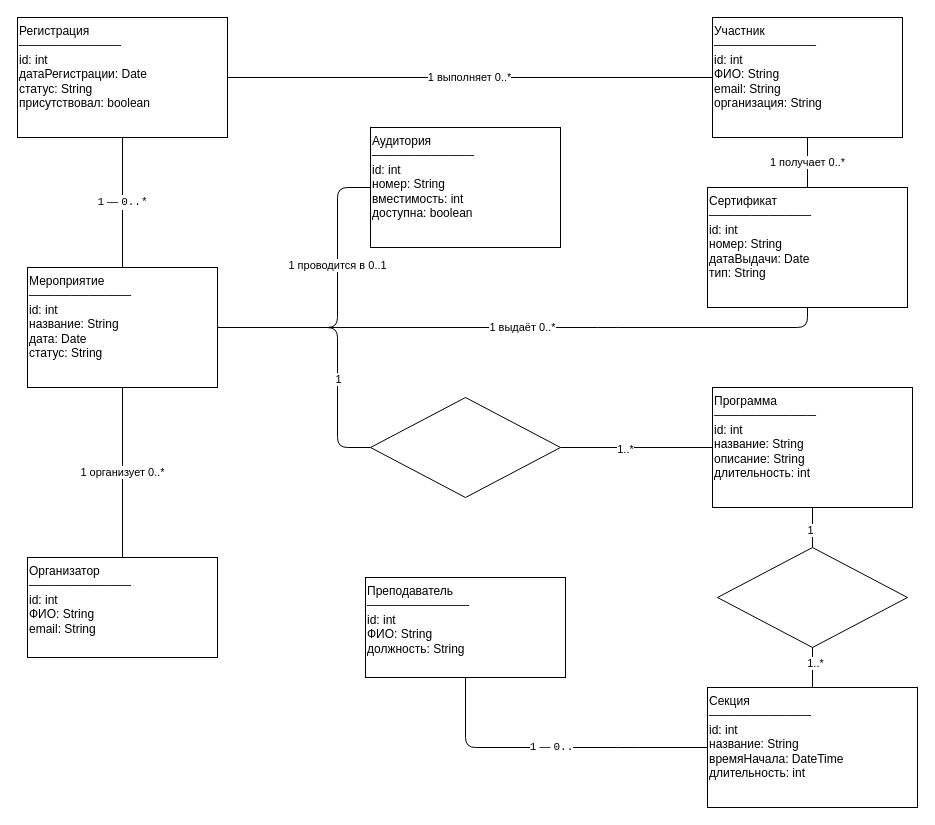
The draw.io diagram page "Class" (2 of 6) of SystemManagementEvents/docs/architecture/Diagrams.drawio in Kart0fanych/SystemManagementEvents, before the edit. Source tidied: cells renumbered, new cells numbered last; positions are measured from the earlier drawing's top-left corner, leaving out a move shared by most shapes. Both pictures are drawn from the tidied source at 100%, with x=0, y=0 at pixel (17, 17).
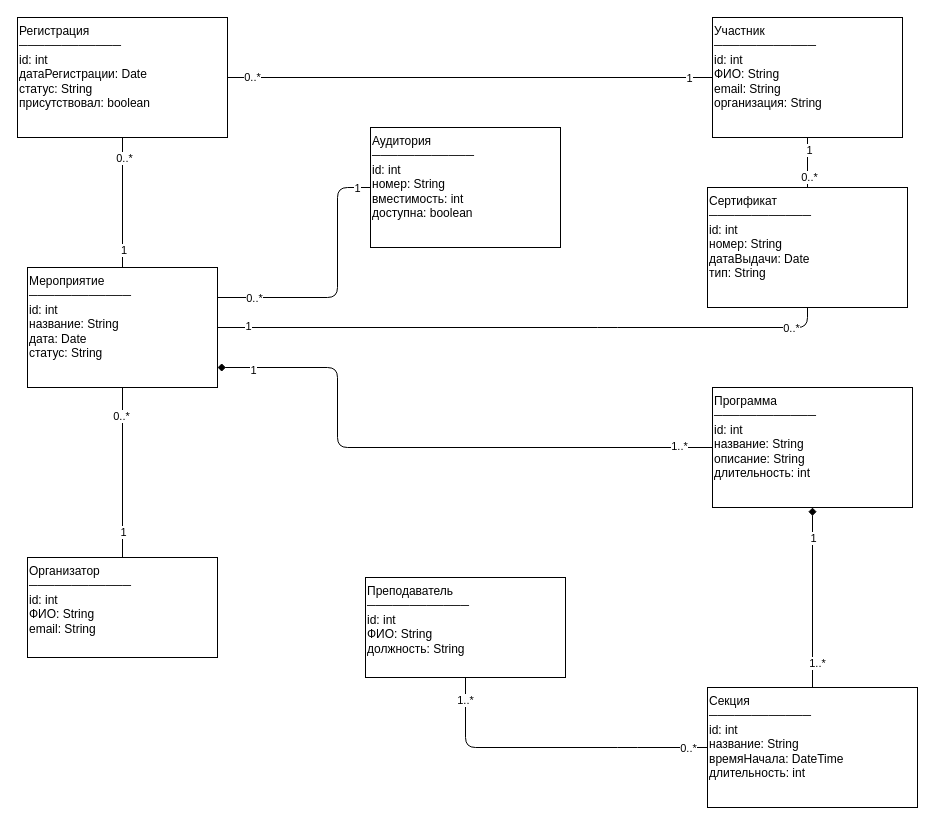
After the change.

Unchanged cells that the change refers to:
```xml
<mxCell id="4" value="Мероприятие&#10;────────────&#10;id: int&#10;название: String&#10;дата: Date&#10;статус: String" style="rounded=0;whiteSpace=wrap;html=1;align=left;verticalAlign=top;" parent="1" vertex="1">
  <mxGeometry x="10" y="250" width="190" height="120" as="geometry" />
</mxCell>
<mxCell id="5" value="Участник&#10;────────────&#10;id: int&#10;ФИО: String&#10;email: String&#10;организация: String" style="rounded=0;whiteSpace=wrap;html=1;align=left;verticalAlign=top;" parent="1" vertex="1">
  <mxGeometry x="695" width="190" height="120" as="geometry" />
</mxCell>
<mxCell id="6" value="Организатор&#10;────────────&#10;id: int&#10;ФИО: String&#10;email: String" style="rounded=0;whiteSpace=wrap;html=1;align=left;verticalAlign=top;" parent="1" vertex="1">
  <mxGeometry x="10" y="540" width="190" height="100" as="geometry" />
</mxCell>
<mxCell id="7" value="Преподаватель&#10;────────────&#10;id: int&#10;ФИО: String&#10;должность: String" style="rounded=0;whiteSpace=wrap;html=1;align=left;verticalAlign=top;" parent="1" vertex="1">
  <mxGeometry x="348" y="560" width="200" height="100" as="geometry" />
</mxCell>
<mxCell id="8" value="Аудитория&#10;────────────&#10;id: int&#10;номер: String&#10;вместимость: int&#10;доступна: boolean" style="rounded=0;whiteSpace=wrap;html=1;align=left;verticalAlign=top;" parent="1" vertex="1">
  <mxGeometry x="353" y="110" width="190" height="120" as="geometry" />
</mxCell>
<mxCell id="9" value="Регистрация&#10;────────────&#10;id: int&#10;датаРегистрации: Date&#10;статус: String&#10;присутствовал: boolean" style="rounded=0;whiteSpace=wrap;html=1;align=left;verticalAlign=top;" parent="1" vertex="1">
  <mxGeometry width="210" height="120" as="geometry" />
</mxCell>
<mxCell id="12" value="Программа&#10;────────────&#10;id: int&#10;название: String&#10;описание: String&#10;длительность: int" style="rounded=0;whiteSpace=wrap;html=1;align=left;verticalAlign=top;" parent="1" vertex="1">
  <mxGeometry x="695" y="370" width="200" height="120" as="geometry" />
</mxCell>
<mxCell id="13" value="Секция&#10;────────────&#10;id: int&#10;название: String&#10;времяНачала: DateTime&#10;длительность: int" style="rounded=0;whiteSpace=wrap;html=1;align=left;verticalAlign=top;" parent="1" vertex="1">
  <mxGeometry x="690" y="670" width="210" height="120" as="geometry" />
</mxCell>
<mxCell id="14" value="Сертификат&#10;────────────&#10;id: int&#10;номер: String&#10;датаВыдачи: Date&#10;тип: String" style="rounded=0;whiteSpace=wrap;html=1;align=left;verticalAlign=top;" parent="1" vertex="1">
  <mxGeometry x="690" y="170" width="200" height="120" as="geometry" />
</mxCell>
```

What changed in the source:
```diff
@@
-    <mxCell id="2" style="edgeStyle=orthogonalEdgeStyle;rounded=1;jettySize=auto;html=1;entryX=0;entryY=0.5;entryDx=0;entryDy=0;curved=0;endArrow=none;endFill=0;" parent="1" edge="1" source="4" target="24">
-      <mxGeometry relative="1" as="geometry">
-        <Array as="points">
-          <mxPoint x="320" y="310" />
-          <mxPoint x="320" y="430" />
-        </Array>
-      </mxGeometry>
-    </mxCell>
-    <mxCell id="3" value="1" style="edgeLabel;html=1;align=center;verticalAlign=middle;" parent="2" vertex="1">
-      <mxGeometry x="0.25" relative="1" as="geometry" />
-    </mxCell>
+    <mxCell id="28" style="rounded=1;jettySize=auto;html=1;entryX=0;entryY=0.5;entryDx=0;entryDy=0;edgeStyle=orthogonalEdgeStyle;endArrow=none;endFill=0;startArrow=diamond;startFill=1;" parent="1" edge="1" source="4" target="12">
+      <mxGeometry x="-0.04" relative="1" as="geometry">
+        <Array as="points">
+          <mxPoint x="320" y="350" />
+          <mxPoint x="320" y="430" />
+        </Array>
+      </mxGeometry>
+    </mxCell>
+    <mxCell id="29" value="1..*" style="edgeLabel;html=1;align=center;verticalAlign=middle;" parent="28" vertex="1">
+      <mxGeometry x="0.88" y="2" relative="1" as="geometry" />
+    </mxCell>
+    <mxCell id="30" value="1" style="edgeLabel;html=1;align=center;verticalAlign=middle;" parent="28" vertex="1">
+      <mxGeometry x="-0.88" y="-2" relative="1" as="geometry" />
+    </mxCell>
@@
-    <mxCell id="10" style="edgeStyle=orthogonalEdgeStyle;rounded=1;jettySize=auto;html=1;entryX=0.5;entryY=0;entryDx=0;entryDy=0;endArrow=none;endFill=0;curved=0;" parent="1" edge="1" source="12" target="27">
-      <mxGeometry relative="1" as="geometry" />
-    </mxCell>
-    <mxCell id="11" value="1" style="edgeLabel;html=1;align=center;verticalAlign=middle;" parent="10" vertex="1">
-      <mxGeometry x="0.09" y="-3" relative="1" as="geometry" />
-    </mxCell>
+    <mxCell id="31" style="edgeStyle=orthogonalEdgeStyle;rounded=0;jettySize=auto;html=1;entryX=0.5;entryY=0;entryDx=0;entryDy=0;endArrow=none;endFill=0;startArrow=diamond;startFill=1;" parent="1" edge="1" source="12" target="13">
+      <mxGeometry relative="1" as="geometry" />
+    </mxCell>
+    <mxCell id="32" value="1..*" style="edgeLabel;html=1;align=center;verticalAlign=middle;" parent="31" vertex="1">
+      <mxGeometry x="0.72" y="4" relative="1" as="geometry" />
+    </mxCell>
+    <mxCell id="33" value="1" style="edgeLabel;html=1;align=center;verticalAlign=middle;" parent="31" vertex="1">
+      <mxGeometry x="-0.79" y="1" relative="1" as="geometry">
+        <mxPoint x="-1" y="11" as="offset" />
+      </mxGeometry>
+    </mxCell>
@@
-    <mxCell id="15" value="1 организует 0..*" style="edgeStyle=orthogonalEdgeStyle;html=1;endArrow=none;" parent="1" edge="1" source="6" target="4">
+    <mxCell id="15" style="edgeStyle=orthogonalEdgeStyle;html=1;endArrow=none;" parent="1" edge="1" source="6" target="4">
       <mxGeometry relative="1" as="geometry" />
     </mxCell>
+    <mxCell id="34" value="1" style="edgeLabel;html=1;align=center;verticalAlign=middle;" parent="15" vertex="1">
+      <mxGeometry x="-0.69" relative="1" as="geometry" />
+    </mxCell>
+    <mxCell id="35" value="0..*" style="edgeLabel;html=1;align=center;verticalAlign=middle;" parent="15" vertex="1">
+      <mxGeometry x="0.67" y="2" relative="1" as="geometry" />
+    </mxCell>
-    <mxCell id="16" value="&lt;code&gt;1&lt;/code&gt; — &lt;code&gt;0..*&lt;/code&gt;" style="edgeStyle=orthogonalEdgeStyle;html=1;endArrow=none;" parent="1" edge="1" source="4" target="9">
+    <mxCell id="16" style="edgeStyle=orthogonalEdgeStyle;html=1;endArrow=none;" parent="1" edge="1" source="4" target="9">
       <mxGeometry relative="1" as="geometry" />
     </mxCell>
+    <mxCell id="36" value="0..*" style="edgeLabel;html=1;align=center;verticalAlign=middle;" parent="16" vertex="1">
+      <mxGeometry x="0.69" y="-1" relative="1" as="geometry" />
+    </mxCell>
+    <mxCell id="37" value="1&amp;nbsp;" style="edgeLabel;html=1;align=center;verticalAlign=middle;" parent="16" vertex="1">
+      <mxGeometry x="-0.72" y="-2" relative="1" as="geometry" />
+    </mxCell>
-    <mxCell id="17" value="1 выполняет 0..*" style="edgeStyle=orthogonalEdgeStyle;html=1;endArrow=none;" parent="1" edge="1" source="5" target="9">
+    <mxCell id="17" style="edgeStyle=orthogonalEdgeStyle;html=1;endArrow=none;" parent="1" edge="1" source="5" target="9">
       <mxGeometry relative="1" as="geometry" />
     </mxCell>
+    <mxCell id="38" value="1" style="edgeLabel;html=1;align=center;verticalAlign=middle;" parent="17" vertex="1">
+      <mxGeometry x="-0.9" relative="1" as="geometry" />
+    </mxCell>
+    <mxCell id="39" value="0..*" style="edgeLabel;html=1;align=center;verticalAlign=middle;" parent="17" vertex="1">
+      <mxGeometry x="0.9" y="-1" relative="1" as="geometry" />
+    </mxCell>
-    <mxCell id="18" value="1 проводится в 0..1" style="edgeStyle=orthogonalEdgeStyle;html=1;endArrow=none;" parent="1" edge="1" source="4" target="8">
-      <mxGeometry x="0.24" relative="1" as="geometry">
+    <mxCell id="18" style="edgeStyle=orthogonalEdgeStyle;html=1;endArrow=none;" parent="1" edge="1" source="4" target="8">
+      <mxGeometry x="0.16" relative="1" as="geometry">
         <Array as="points">
-          <mxPoint x="320" y="310" />
+          <mxPoint x="320" y="280" />
           <mxPoint x="320" y="170" />
         </Array>
       </mxGeometry>
     </mxCell>
+    <mxCell id="40" value="1" style="edgeLabel;html=1;align=center;verticalAlign=middle;" parent="18" vertex="1">
+      <mxGeometry x="0.89" relative="1" as="geometry" />
+    </mxCell>
+    <mxCell id="41" value="0..*" style="edgeLabel;html=1;align=center;verticalAlign=middle;" parent="18" vertex="1">
+      <mxGeometry x="-0.73" relative="1" as="geometry" />
+    </mxCell>
-    <mxCell id="19" value="&lt;code&gt;1&lt;/code&gt; — &lt;code&gt;0..&lt;/code&gt;" style="edgeStyle=orthogonalEdgeStyle;html=1;endArrow=none;" parent="1" edge="1" source="13" target="7">
+    <mxCell id="19" style="edgeStyle=orthogonalEdgeStyle;html=1;endArrow=none;" parent="1" edge="1" source="13" target="7">
       <mxGeometry relative="1" as="geometry">
         <Array as="points">
           <mxPoint x="610" y="730" />
           <mxPoint x="610" y="730" />
         </Array>
       </mxGeometry>
     </mxCell>
+    <mxCell id="42" value="0..*" style="edgeLabel;html=1;align=center;verticalAlign=middle;" parent="19" vertex="1">
+      <mxGeometry x="-0.87" relative="1" as="geometry" />
+    </mxCell>
+    <mxCell id="43" value="1..*" style="edgeLabel;html=1;align=center;verticalAlign=middle;" parent="19" vertex="1">
+      <mxGeometry x="0.86" y="1" relative="1" as="geometry" />
+    </mxCell>
-    <mxCell id="20" value="1 получает 0..*" style="edgeStyle=orthogonalEdgeStyle;html=1;endArrow=none;" parent="1" edge="1" source="5" target="14">
+    <mxCell id="20" style="edgeStyle=orthogonalEdgeStyle;html=1;endArrow=none;" parent="1" edge="1" source="5" target="14">
       <mxGeometry relative="1" as="geometry" />
     </mxCell>
+    <mxCell id="44" value="0..*" style="edgeLabel;html=1;align=center;verticalAlign=middle;" parent="20" vertex="1">
+      <mxGeometry x="0.56" y="1" relative="1" as="geometry" />
+    </mxCell>
+    <mxCell id="45" value="1" style="edgeLabel;html=1;align=center;verticalAlign=middle;" parent="20" vertex="1">
+      <mxGeometry x="-0.53" y="1" relative="1" as="geometry" />
+    </mxCell>
-    <mxCell id="21" value="1 выдаёт 0..*" style="edgeStyle=orthogonalEdgeStyle;html=1;endArrow=none;" parent="1" edge="1" source="4" target="14">
+    <mxCell id="21" style="edgeStyle=orthogonalEdgeStyle;html=1;endArrow=none;" parent="1" edge="1" source="4" target="14">
       <mxGeometry relative="1" as="geometry">
         <Array as="points">
           <mxPoint x="590" y="310" />
           <mxPoint x="590" y="310" />
         </Array>
       </mxGeometry>
     </mxCell>
-    <mxCell id="22" style="edgeStyle=orthogonalEdgeStyle;rounded=1;jettySize=auto;html=1;entryX=0;entryY=0.5;entryDx=0;entryDy=0;curved=0;endArrow=none;endFill=0;" parent="1" edge="1" source="24" target="12">
-      <mxGeometry relative="1" as="geometry" />
-    </mxCell>
-    <mxCell id="23" value="1..*" style="edgeLabel;html=1;align=center;verticalAlign=middle;" parent="22" vertex="1">
-      <mxGeometry x="-0.16" y="-1" relative="1" as="geometry" />
-    </mxCell>
-    <mxCell id="24" style="rhombus;whiteSpace=wrap;html=1;shapeInside=1;fillStyle=solid;gradientColor=none;fillColor=light-dark(#FFFFFF,#333333);" parent="1" vertex="1">
-      <mxGeometry x="353" y="380" width="190" height="100" as="geometry" />
-    </mxCell>
-    <mxCell id="25" style="edgeStyle=orthogonalEdgeStyle;rounded=1;jettySize=auto;html=1;entryX=0.5;entryY=0;entryDx=0;entryDy=0;curved=0;endArrow=none;endFill=0;" parent="1" edge="1" source="27" target="13">
-      <mxGeometry relative="1" as="geometry" />
-    </mxCell>
-    <mxCell id="26" value="1..*" style="edgeLabel;html=1;align=center;verticalAlign=middle;" parent="25" vertex="1">
-      <mxGeometry x="-0.23" y="2" relative="1" as="geometry" />
-    </mxCell>
-    <mxCell id="27" style="rhombus;whiteSpace=wrap;html=1;shapeInside=1;gradientColor=none;fillColor=light-dark(#FFFFFF,#333333);" parent="1" vertex="1">
-      <mxGeometry x="700" y="530" width="190" height="100" as="geometry" />
-    </mxCell>
+    <mxCell id="46" value="1" style="edgeLabel;html=1;align=center;verticalAlign=middle;" parent="21" vertex="1">
+      <mxGeometry x="-0.9" y="2" relative="1" as="geometry" />
+    </mxCell>
+    <mxCell id="47" value="0..*" style="edgeLabel;html=1;align=center;verticalAlign=middle;" parent="21" vertex="1">
+      <mxGeometry x="0.88" relative="1" as="geometry" />
+    </mxCell>
```
